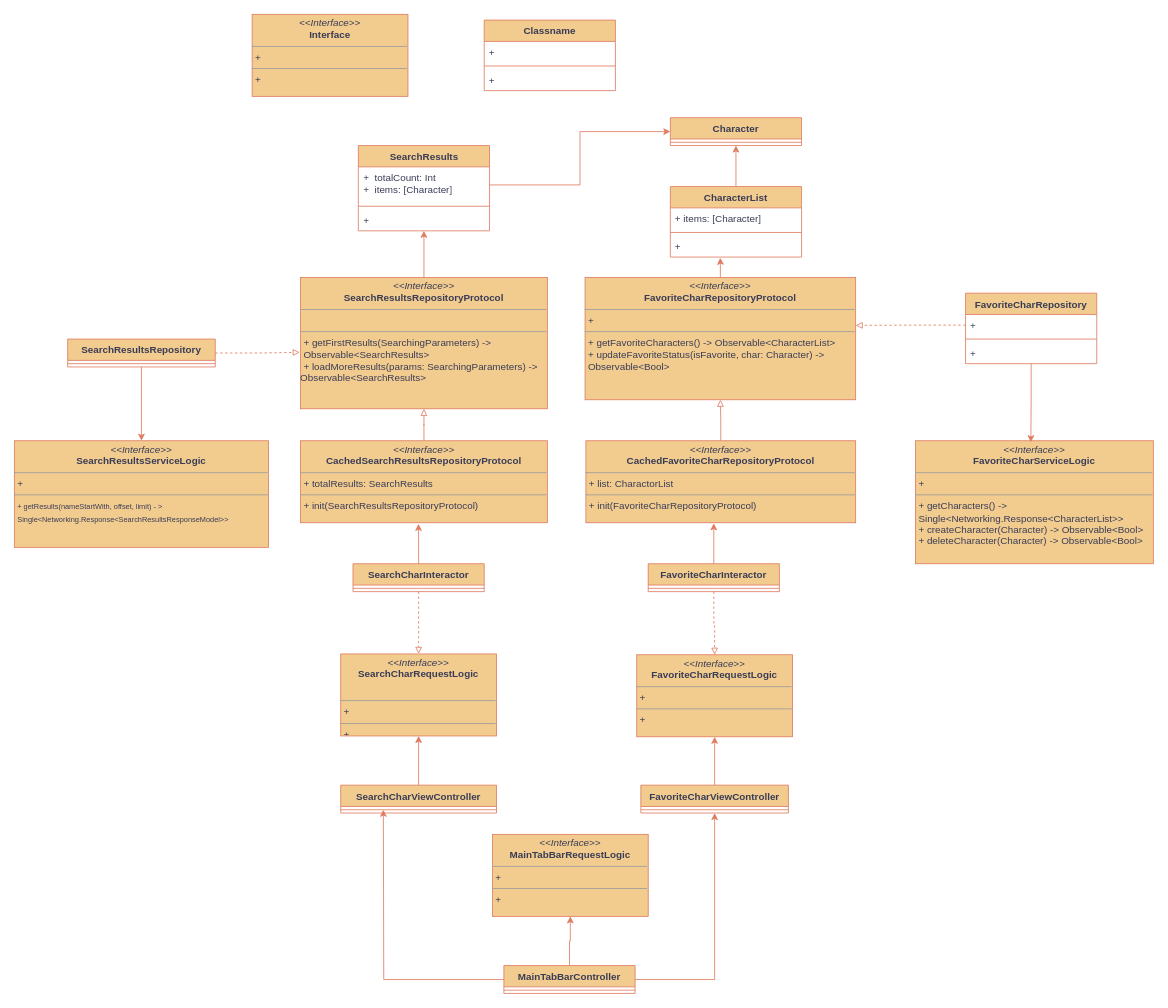
The draw.io diagram Characters.drawio in gookhee/diagrams, before the edit. Source tidied: cells renumbered, new cells numbered last; positions are measured from the earlier drawing's top-left corner, leaving out a move shared by most shapes. Both pictures are drawn from the tidied source at 82%, with x=0, y=0 at pixel (14, 14).
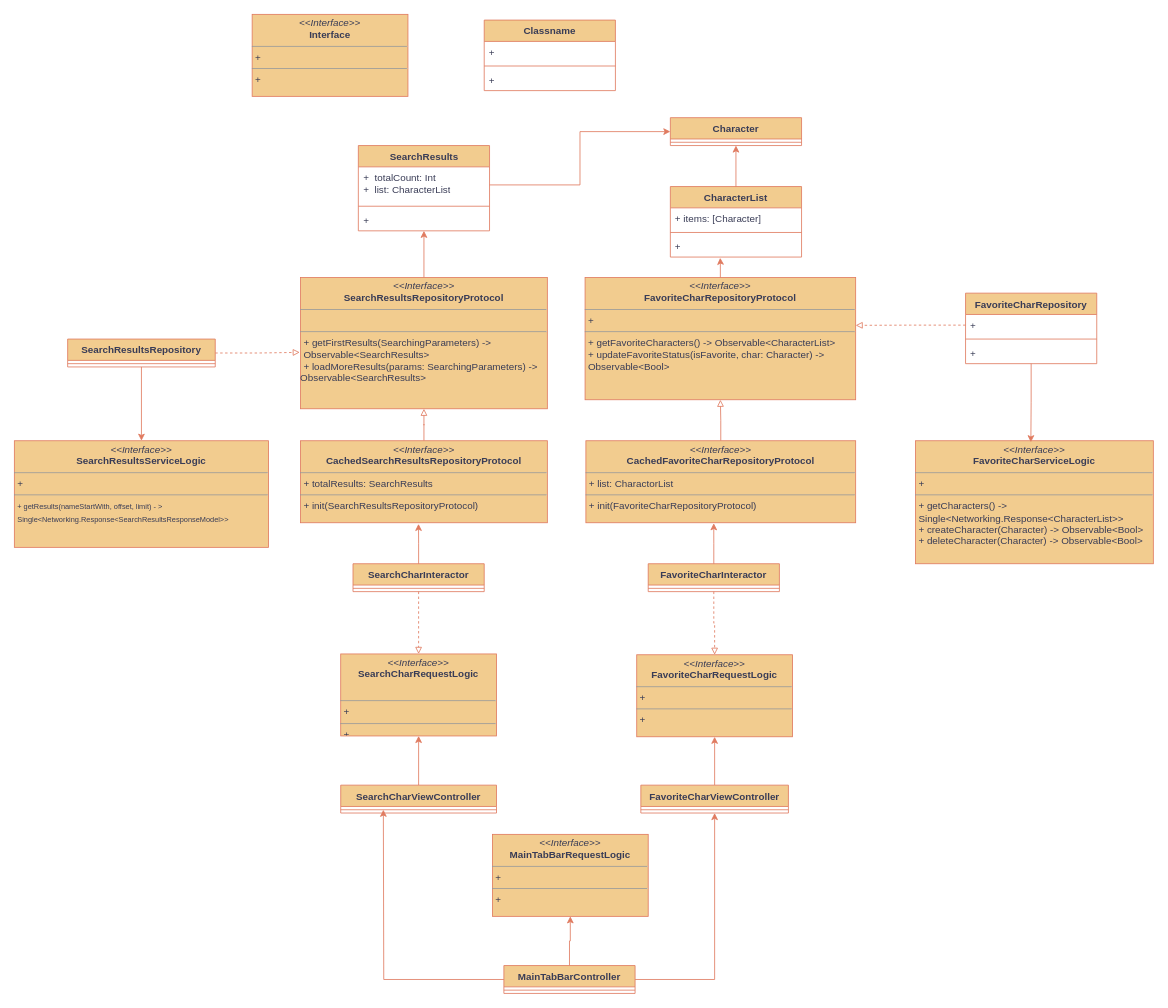
The same diagram, later.

The change refers to these unchanged cells:
```xml
<mxCell id="50" value="SearchResults" style="swimlane;fontStyle=1;align=center;verticalAlign=top;horizontal=1;startSize=26;whiteSpace=wrap;html=1;labelBackgroundColor=none;fillColor=#F2CC8F;strokeColor=#E07A5F;fontColor=#393C56;" parent="1" vertex="1">
  <mxGeometry x="419.5" y="160" width="160" height="104" as="geometry" />
</mxCell>
```

The edit, as a diff of the source:
```diff
@@
-    <mxCell id="51" value="+&amp;nbsp; totalCount: Int&lt;br&gt;+&amp;nbsp; items: [Character]" style="text;strokeColor=none;fillColor=none;align=left;verticalAlign=top;spacingLeft=4;spacingRight=4;overflow=hidden;points=[[0,0.5],[1,0.5]];portConstraint=eastwest;whiteSpace=wrap;html=1;labelBackgroundColor=none;fontColor=#393C56;" parent="50" vertex="1">
+    <mxCell id="51" value="+&amp;nbsp; totalCount: Int&lt;br&gt;+&amp;nbsp; list: CharacterList" style="text;strokeColor=none;fillColor=none;align=left;verticalAlign=top;spacingLeft=4;spacingRight=4;overflow=hidden;points=[[0,0.5],[1,0.5]];portConstraint=eastwest;whiteSpace=wrap;html=1;labelBackgroundColor=none;fontColor=#393C56;" parent="50" vertex="1">
       <mxGeometry y="26" width="160" height="44" as="geometry" />
     </mxCell>
```
